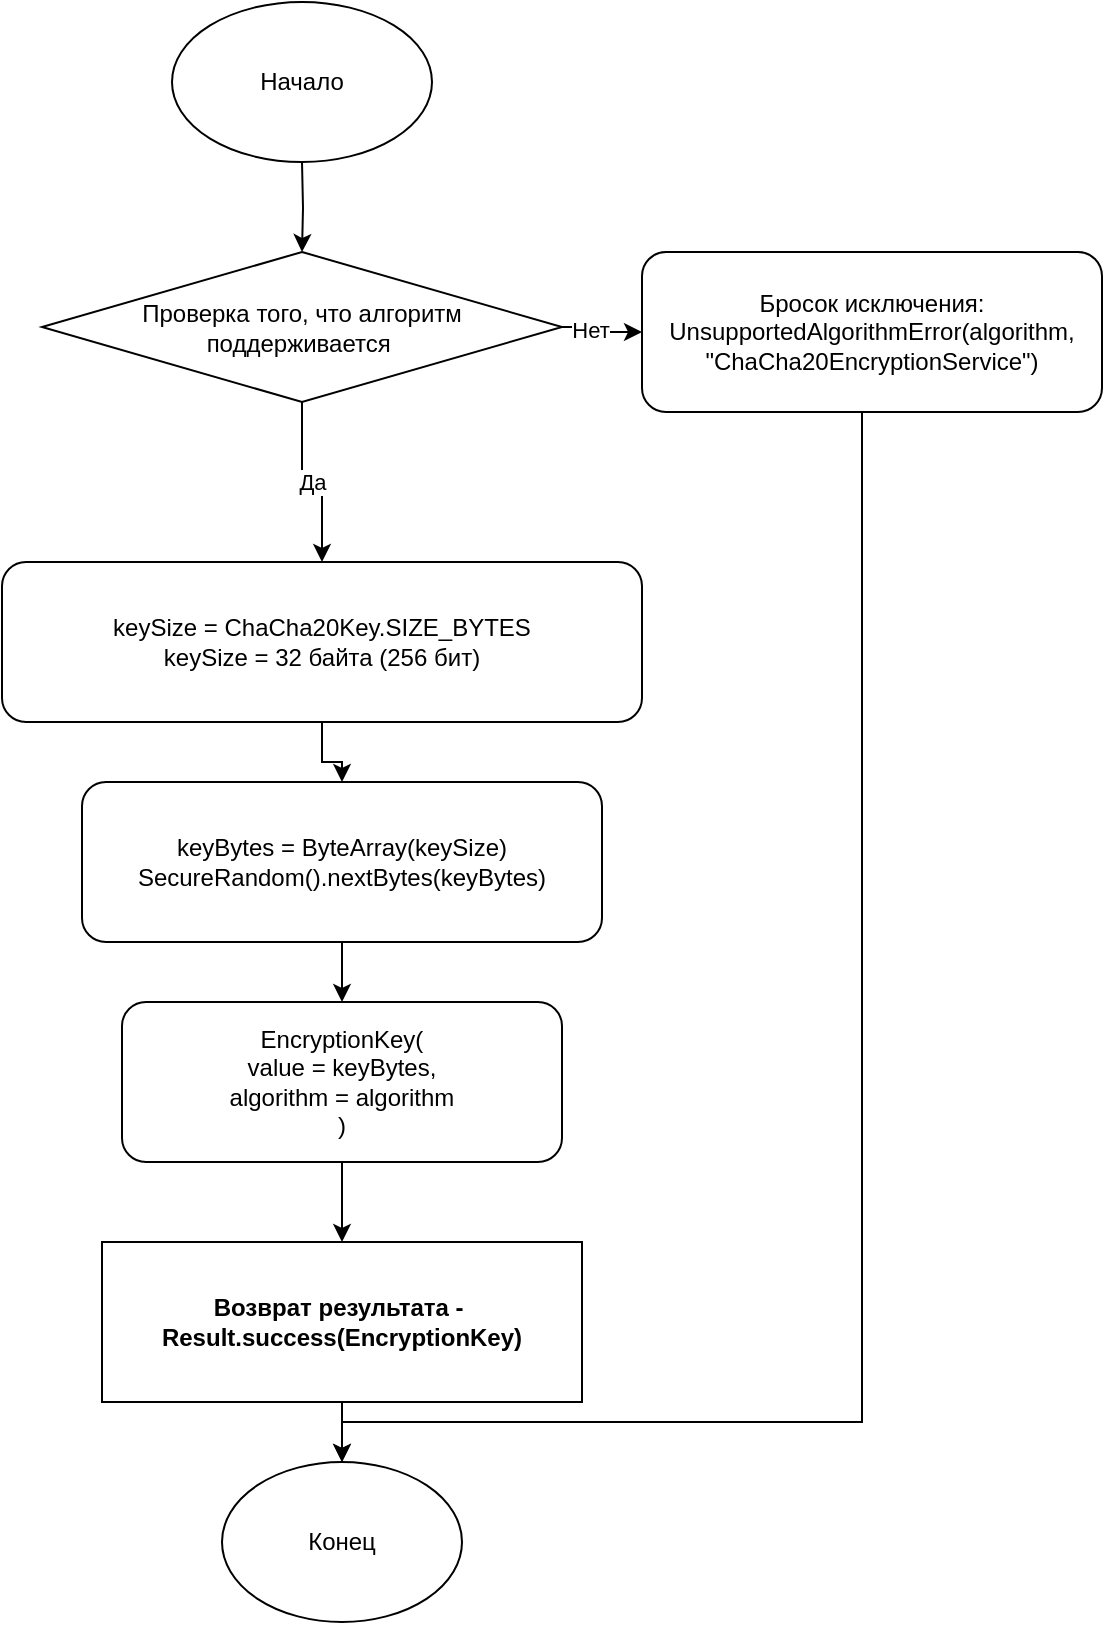
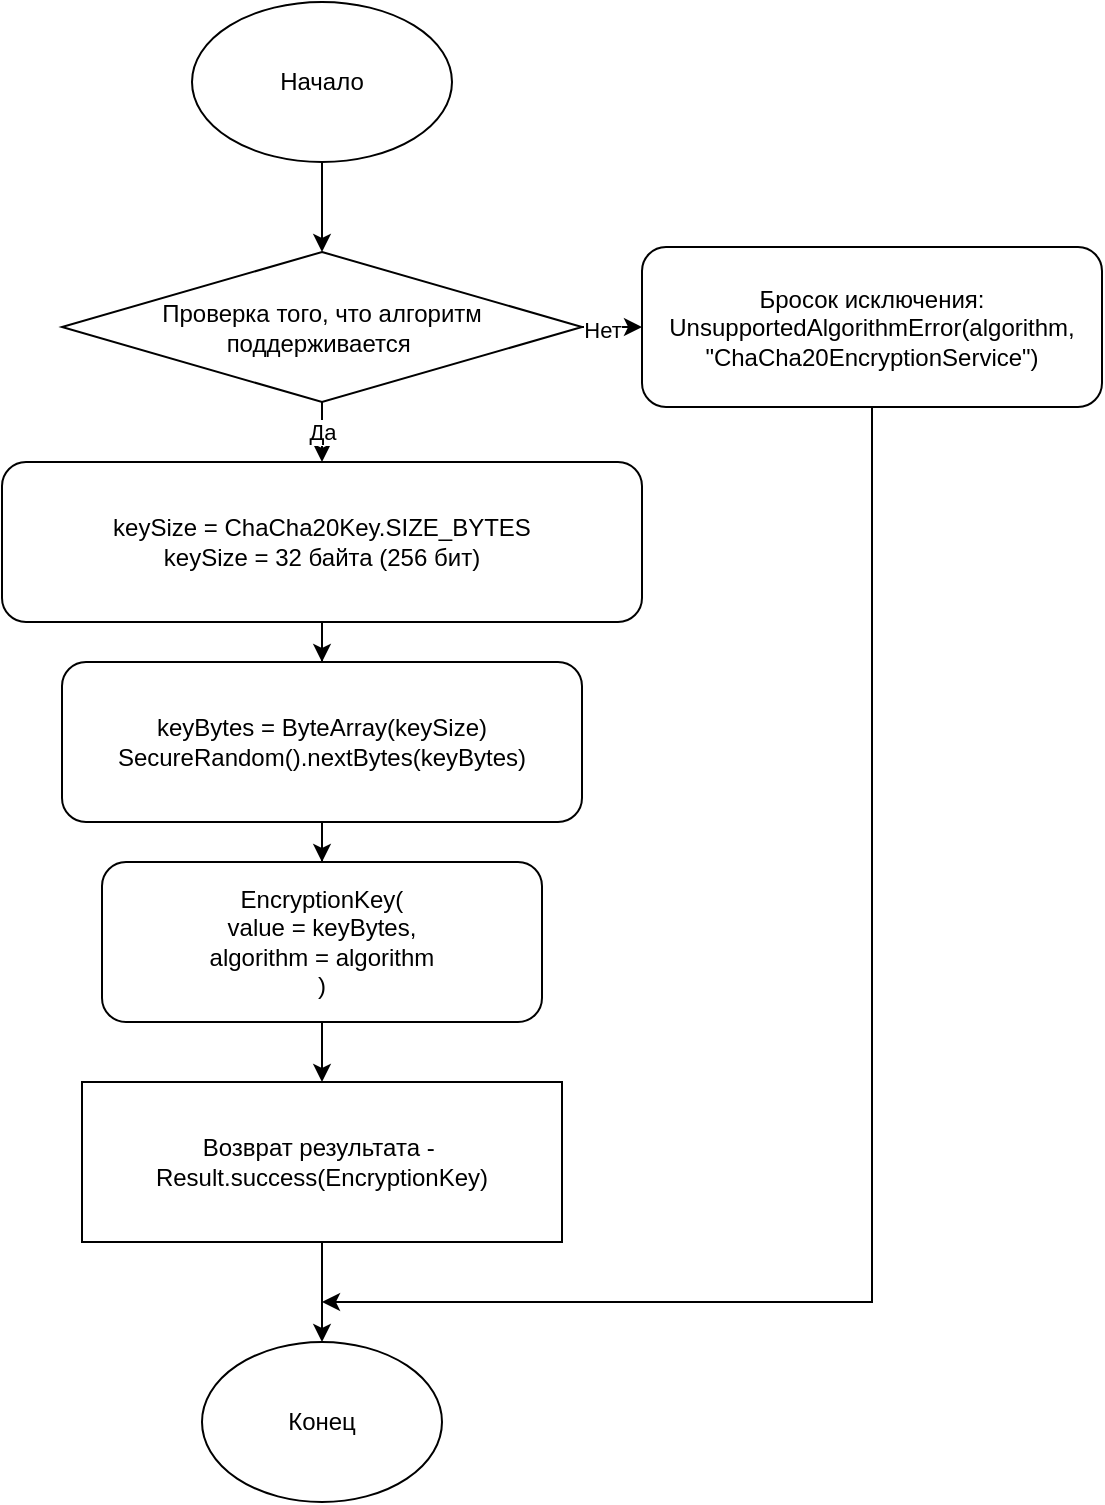
- <mxfile host="app.diagrams.net" agent="Mozilla/5.0 (Windows NT 10.0; Win64; x64; rv:147.0) Gecko/20100101 Firefox/147.0" version="29.3.6">
+ <mxfile host="app.diagrams.net" agent="Mozilla/5.0 (Windows NT 10.0; Win64; x64; rv:147.0) Gecko/20100101 Firefox/147.0">
  <diagram name="ChaCha20-Poly1305 Key Generation Detailed" id="chacha20-key-gen-flow-detailed">
-     <mxGraphModel dx="1375" dy="827" grid="1" gridSize="10" guides="1" tooltips="1" connect="1" arrows="1" fold="1" page="1" pageScale="1" pageWidth="1400" pageHeight="2000" math="0" shadow="0">
+     <mxGraphModel dx="1023" dy="864" grid="1" gridSize="10" guides="1" tooltips="1" connect="1" arrows="1" fold="1" page="1" pageScale="1" pageWidth="1400" pageHeight="2000" math="0" shadow="0">
      <root>
        <mxCell id="0" />
        <mxCell id="1" parent="0" />
        <mxCell id="check-support" parent="1" style="rhombus;whiteSpace=wrap;html=1;align=center;" value="Проверка того, что алгоритм поддерживается&amp;nbsp;" vertex="1">
-           <mxGeometry height="75" width="260" x="570" y="165" as="geometry" />
+           <mxGeometry height="75" width="260" x="590" y="165" as="geometry" />
        </mxCell>
        <mxCell id="error-unsupported" parent="1" style="rounded=1;whiteSpace=wrap;html=1;align=center;" value="&lt;div align=&quot;center&quot;&gt;Бросок исключения:&lt;br&gt;UnsupportedAlgorithmError(algorithm,&lt;br&gt;&quot;ChaCha20EncryptionService&quot;)&lt;/div&gt;" vertex="1">
-           <mxGeometry height="80" width="230" x="870" y="165" as="geometry" />
+           <mxGeometry height="80" width="230" x="880" y="162.5" as="geometry" />
        </mxCell>
        <mxCell id="key-size" parent="1" style="rounded=1;whiteSpace=wrap;html=1;align=center;" value="&lt;div align=&quot;center&quot;&gt;keySize = ChaCha20Key.SIZE_BYTES&lt;br&gt;keySize = 32 байта (256 бит)&lt;/div&gt;" vertex="1">
-           <mxGeometry height="80" width="320" x="550" y="320" as="geometry" />
+           <mxGeometry height="80" width="320" x="560" y="270" as="geometry" />
        </mxCell>
        <mxCell id="create-array" parent="1" style="rounded=1;whiteSpace=wrap;html=1;align=center;" value="&lt;div align=&quot;center&quot;&gt;keyBytes = ByteArray(keySize)&lt;/div&gt;&lt;div align=&quot;center&quot;&gt;SecureRandom().nextBytes(keyBytes)&lt;br&gt;&lt;/div&gt;" vertex="1">
-           <mxGeometry height="80" width="260" x="590" y="430" as="geometry" />
+           <mxGeometry height="80" width="260" x="590" y="370" as="geometry" />
        </mxCell>
        <mxCell id="create-entity" parent="1" style="rounded=1;whiteSpace=wrap;html=1;align=center;" value="&lt;div align=&quot;center&quot;&gt;EncryptionKey(&lt;br&gt;  value = keyBytes,&lt;br&gt;  algorithm = algorithm&lt;br&gt;)&lt;/div&gt;" vertex="1">
-           <mxGeometry height="80" width="220" x="610" y="540" as="geometry" />
+           <mxGeometry height="80" width="220" x="610" y="470" as="geometry" />
        </mxCell>
-         <mxCell id="return-success" parent="1" style="parallelogram;whiteSpace=wrap;html=1;fontStyle=1;align=center;" value="&lt;div align=&quot;center&quot;&gt;Возврат результата -&amp;nbsp;&lt;br&gt;Result.success(EncryptionKey)&lt;/div&gt;" vertex="1">
-           <mxGeometry height="80" width="240" x="600" y="660" as="geometry" />
+         <mxCell id="return-success" parent="1" style="parallelogram;whiteSpace=wrap;html=1;fontStyle=1;align=center;" value="&lt;div align=&quot;center&quot;&gt;&lt;span style=&quot;font-weight: normal;&quot;&gt;Возврат результата -&amp;nbsp;&lt;br&gt;Result.success(EncryptionKey)&lt;/span&gt;&lt;/div&gt;" vertex="1">
+           <mxGeometry height="80" width="240" x="600" y="580" as="geometry" />
        </mxCell>
-         <mxCell id="e1" edge="1" parent="1" style="edgeStyle=orthogonalEdgeStyle;rounded=0;orthogonalLoop=1;jettySize=auto;html=1;strokeWidth=1;" target="check-support">
+         <mxCell id="e1" edge="1" parent="1" source="Uu9v4L_LxRj6blfCmE8G-1" style="edgeStyle=orthogonalEdgeStyle;rounded=0;orthogonalLoop=1;jettySize=auto;html=1;strokeWidth=1;exitX=0.5;exitY=1;exitDx=0;exitDy=0;" target="check-support">
          <mxGeometry relative="1" as="geometry">
            <mxPoint x="700" y="120" as="sourcePoint" />
          </mxGeometry>
        </mxCell>
        <mxCell id="e2" edge="1" parent="1" source="check-support" style="edgeStyle=orthogonalEdgeStyle;rounded=0;orthogonalLoop=1;jettySize=auto;html=1;exitX=1;exitY=0.5;entryX=0;entryY=0.5;exitDx=0;exitDy=0;entryDx=0;entryDy=0;" target="error-unsupported">
          <mxGeometry relative="1" as="geometry" />
        </mxCell>
        <mxCell id="e2-label" connectable="0" parent="e2" style="edgeLabel;html=1;align=center;verticalAlign=middle;resizable=0;points=[];" value="Нет" vertex="1">
          <mxGeometry relative="1" x="-0.337" y="-1" as="geometry">
            <mxPoint as="offset" />
          </mxGeometry>
        </mxCell>
        <mxCell id="e3" edge="1" parent="1" source="error-unsupported" style="edgeStyle=orthogonalEdgeStyle;rounded=0;orthogonalLoop=1;jettySize=auto;html=1;exitX=0.5;exitY=1;exitDx=0;exitDy=0;">
          <mxGeometry relative="1" as="geometry">
            <Array as="points">
-               <mxPoint x="980" y="245" />
-               <mxPoint x="980" y="750" />
-               <mxPoint x="720" y="750" />
+               <mxPoint x="995" y="690" />
            </Array>
-             <mxPoint x="720" y="770" as="targetPoint" />
+             <mxPoint x="720" y="690" as="targetPoint" />
          </mxGeometry>
        </mxCell>
        <mxCell id="e4" edge="1" parent="1" source="check-support" style="edgeStyle=orthogonalEdgeStyle;rounded=0;orthogonalLoop=1;jettySize=auto;html=1;strokeWidth=1;entryX=0.5;entryY=0;exitX=0.5;exitY=1;exitDx=0;exitDy=0;entryDx=0;entryDy=0;" target="key-size" value="Да">
          <mxGeometry relative="1" as="geometry" />
        </mxCell>
        <mxCell id="e5" edge="1" parent="1" source="key-size" style="edgeStyle=orthogonalEdgeStyle;rounded=0;orthogonalLoop=1;jettySize=auto;html=1;" target="create-array">
          <mxGeometry relative="1" as="geometry" />
        </mxCell>
        <mxCell id="e6" edge="1" parent="1" source="create-array" style="edgeStyle=orthogonalEdgeStyle;rounded=0;orthogonalLoop=1;jettySize=auto;html=1;" target="create-entity">
          <mxGeometry relative="1" as="geometry" />
        </mxCell>
        <mxCell id="e7" edge="1" parent="1" source="create-entity" style="edgeStyle=orthogonalEdgeStyle;rounded=0;orthogonalLoop=1;jettySize=auto;html=1;" target="return-success">
          <mxGeometry relative="1" as="geometry" />
        </mxCell>
        <mxCell id="e8" edge="1" parent="1" source="return-success" style="edgeStyle=orthogonalEdgeStyle;rounded=0;orthogonalLoop=1;jettySize=auto;html=1;">
          <mxGeometry relative="1" as="geometry">
-             <mxPoint x="720" y="770" as="targetPoint" />
+             <mxPoint x="720" y="710" as="targetPoint" />
          </mxGeometry>
        </mxCell>
        <mxCell id="Uu9v4L_LxRj6blfCmE8G-1" parent="1" style="ellipse;whiteSpace=wrap;html=1;" value="Начало" vertex="1">
-           <mxGeometry height="80" width="130" x="635" y="40" as="geometry" />
+           <mxGeometry height="80" width="130" x="655" y="40" as="geometry" />
        </mxCell>
        <mxCell id="Uu9v4L_LxRj6blfCmE8G-2" parent="1" style="ellipse;whiteSpace=wrap;html=1;" value="Конец" vertex="1">
-           <mxGeometry height="80" width="120" x="660" y="770" as="geometry" />
+           <mxGeometry height="80" width="120" x="660" y="710" as="geometry" />
        </mxCell>
      </root>
    </mxGraphModel>
  </diagram>
</mxfile>
- 
